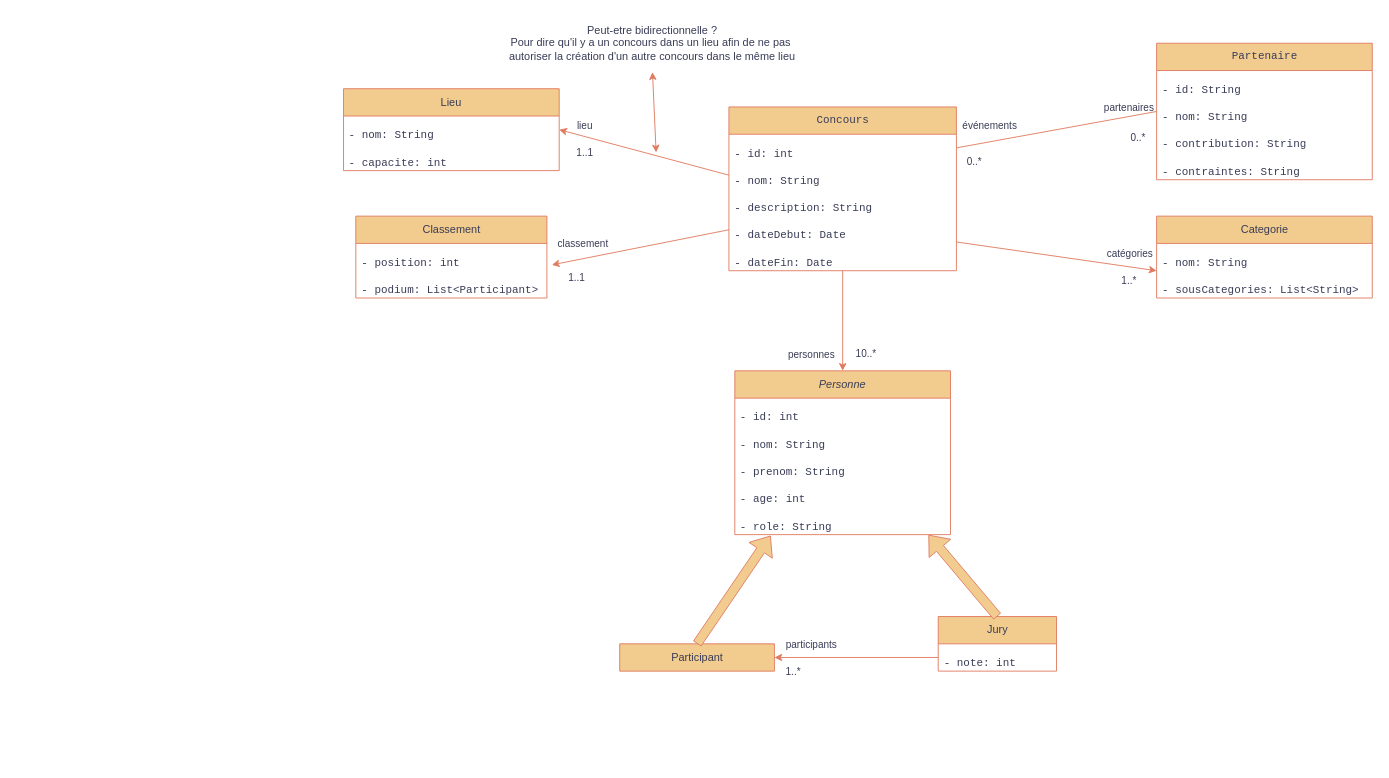
CSliveR/Chief-s-Arena keeps this draw.io diagram as Conception/Diagramme de classe.drawio. Above is the earlier version. Source tidied: cells renumbered, new cells numbered last; positions are measured from the earlier drawing's top-left corner, leaving out a move shared by most shapes. Both pictures are drawn from the tidied source at 91%, with x=0, y=0 at pixel (343, 15).
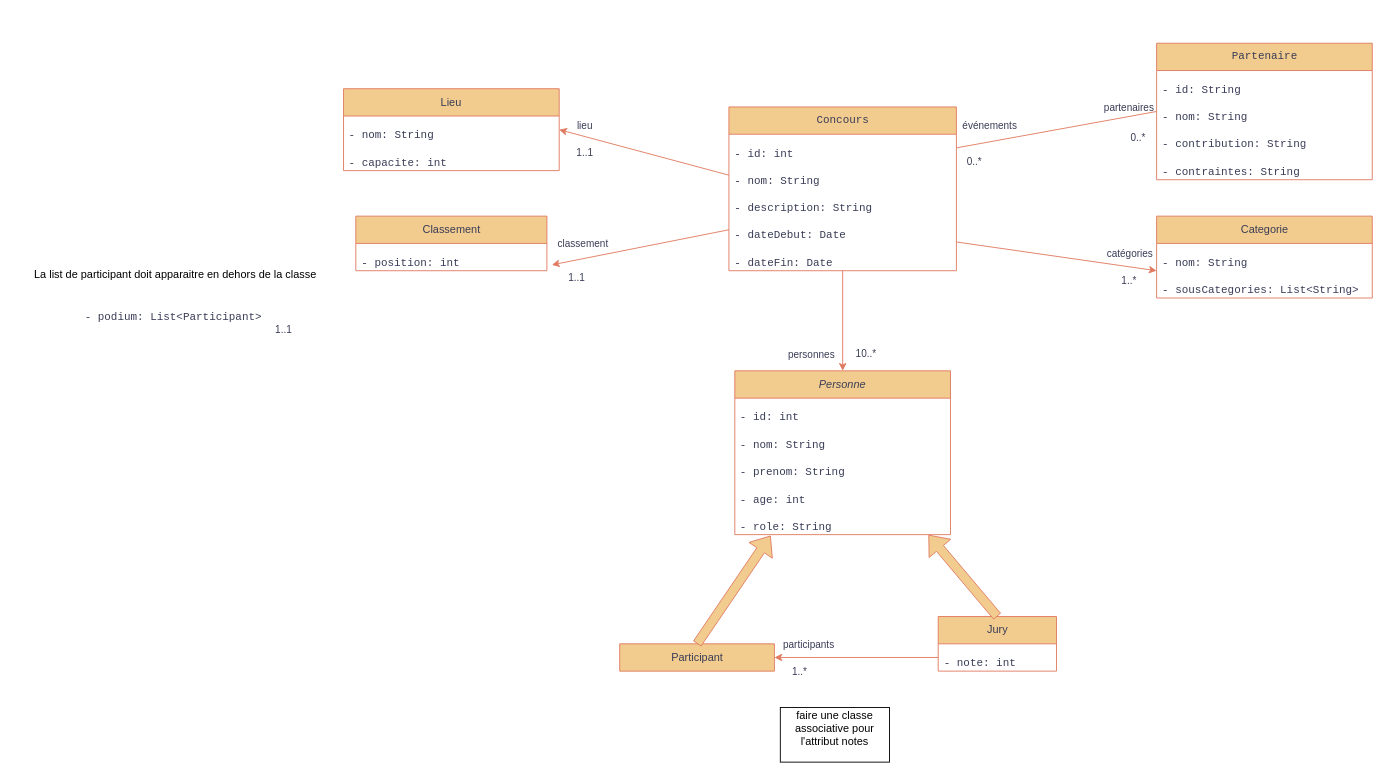
The same diagram, later.

The change refers to these unchanged cells:
```xml
<mxCell id="15" value="&lt;div&gt;&lt;i&gt;Personne&lt;/i&gt;&lt;/div&gt;" style="swimlane;fontStyle=0;horizontal=1;startSize=30;whiteSpace=wrap;html=1;labelBackgroundColor=none;fillColor=#F2CC8F;strokeColor=#E07A5F;fontColor=#393C56;" parent="1" vertex="1">
  <mxGeometry x="430" y="390" width="237" height="180" as="geometry" />
</mxCell>
<mxCell id="48" style="endArrow=classic;html=1;rounded=0;exitX=0;exitY=0.5;exitDx=0;exitDy=0;entryX=1;entryY=0.5;entryDx=0;entryDy=0;labelBackgroundColor=none;strokeColor=#E07A5F;fontColor=default;" parent="1" edge="1" source="25" target="22">
  <mxGeometry relative="1" as="geometry" />
</mxCell>
```

Diff of the diagram source:
```diff
@@
-    <mxCell id="20" value="&lt;pre&gt;&lt;code class=&quot;!whitespace-pre hljs language-plaintext&quot;&gt;- age: int&lt;/code&gt;&lt;/pre&gt;" style="text;strokeColor=none;fillColor=none;align=left;verticalAlign=middle;spacingLeft=4;spacingRight=4;overflow=hidden;whiteSpace=wrap;html=1;labelBackgroundColor=none;fontColor=#393C56;" parent="15" vertex="1">
+    <mxCell id="20" value="&lt;pre&gt;&lt;font face=&quot;Helvetica&quot;&gt;&lt;code class=&quot;!whitespace-pre hljs language-plaintext&quot;&gt;- age: int&lt;/code&gt;&lt;/font&gt;&lt;/pre&gt;" style="text;strokeColor=none;fillColor=none;align=left;verticalAlign=middle;spacingLeft=4;spacingRight=4;overflow=hidden;whiteSpace=wrap;html=1;labelBackgroundColor=none;fontColor=#393C56;" parent="15" vertex="1">
       <mxGeometry y="120" width="237" height="30" as="geometry" />
     </mxCell>
@@
     <mxCell id="27" value="Classement" style="swimlane;fontStyle=0;horizontal=1;startSize=30;whiteSpace=wrap;html=1;labelBackgroundColor=none;fillColor=#F2CC8F;strokeColor=#E07A5F;fontColor=#393C56;" parent="1" vertex="1">
-      <mxGeometry x="13.5" y="220" width="210" height="90" as="geometry" />
+      <mxGeometry x="13.5" y="220" width="210" height="60" as="geometry" />
     </mxCell>
@@
-    <mxCell id="30" value="&lt;pre&gt;&lt;code class=&quot;!whitespace-pre hljs language-plaintext&quot;&gt;- podium: List&amp;lt;Participant&amp;gt;&lt;/code&gt;&lt;/pre&gt;" style="text;strokeColor=none;fillColor=none;align=left;verticalAlign=middle;spacingLeft=4;spacingRight=4;overflow=hidden;whiteSpace=wrap;html=1;labelBackgroundColor=none;fontColor=#393C56;" parent="27" vertex="1">
-      <mxGeometry y="60" width="210" height="30" as="geometry" />
-    </mxCell>
@@
     <mxCell id="49" value="participants" style="edgeLabel;html=1;align=center;verticalAlign=middle;strokeColor=#E07A5F;fontColor=#393C56;fillColor=#F2CC8F;" parent="48" vertex="1">
       <mxGeometry x="0.11" y="-3" relative="1" as="geometry">
-        <mxPoint x="-40" y="-12" as="offset" />
+        <mxPoint x="-43" y="-12" as="offset" />
       </mxGeometry>
     </mxCell>
     <mxCell id="50" value="1..*" style="edgeLabel;html=1;align=center;verticalAlign=middle;strokeColor=#E07A5F;fontColor=#393C56;fillColor=#F2CC8F;" parent="48" vertex="1">
       <mxGeometry x="-0.01" y="1" relative="1" as="geometry">
-        <mxPoint x="-71" y="14" as="offset" />
+        <mxPoint x="-64" y="14" as="offset" />
       </mxGeometry>
     </mxCell>
@@
-    <mxCell id="61" value="Peut-etre bidirectionnelle ?&lt;div&gt;Pour dire qu'il y a un concours dans un lieu&amp;nbsp;&lt;span style=&quot;background-color: initial;&quot;&gt;afin de ne&amp;nbsp;&lt;/span&gt;&lt;span style=&quot;background-color: initial;&quot;&gt;pas&amp;nbsp;&lt;/span&gt;&lt;/div&gt;&lt;div&gt;&lt;span style=&quot;background-color: initial;&quot;&gt;autoriser la&amp;nbsp;&lt;/span&gt;&lt;span style=&quot;background-color: initial;&quot;&gt;création d'&lt;/span&gt;&lt;span style=&quot;background-color: initial;&quot;&gt;un autre concours dans le même lieu&lt;/span&gt;&lt;/div&gt;" style="text;html=1;align=center;verticalAlign=middle;points=[];strokeColor=none;fillColor=none;fontColor=#393C56;" parent="1" vertex="1">
-      <mxGeometry x="168.5" width="340" height="60" as="geometry" />
-    </mxCell>
-    <mxCell id="62" style="endArrow=classic;startArrow=classic;html=1;rounded=0;strokeColor=#E07A5F;fontColor=#393C56;fillColor=#F2CC8F;entryX=0.503;entryY=1.03;entryDx=0;entryDy=0;entryPerimeter=0;" parent="1" edge="1" target="61">
-      <mxGeometry relative="1" as="geometry">
-        <mxPoint x="343.5" y="150" as="sourcePoint" />
-      </mxGeometry>
-    </mxCell>
+    <mxCell id="30" value="&lt;pre&gt;&lt;code class=&quot;!whitespace-pre hljs language-plaintext&quot;&gt;- podium: List&amp;lt;Participant&amp;gt;&lt;/code&gt;&lt;/pre&gt;" style="text;strokeColor=none;fillColor=none;align=left;verticalAlign=middle;spacingLeft=4;spacingRight=4;overflow=hidden;whiteSpace=wrap;html=1;labelBackgroundColor=none;fontColor=#393C56;" parent="1" vertex="1">
+      <mxGeometry x="-290" y="310" width="210" height="30" as="geometry" />
+    </mxCell>
+    <mxCell id="63" value="1..1" style="edgeLabel;html=1;align=center;verticalAlign=middle;strokeColor=#E07A5F;fontColor=#393C56;fillColor=#F2CC8F;" parent="1" vertex="1">
+      <mxGeometry x="-60" y="325" as="geometry">
+        <mxPoint x="-7" y="19" as="offset" />
+      </mxGeometry>
+    </mxCell>
+    <mxCell id="64" value="&lt;div&gt;faire une classe associative pour l'attribut notes&lt;/div&gt;&lt;div&gt;&lt;br&gt;&lt;/div&gt;" style="rounded=0;whiteSpace=wrap;html=1;" parent="1" vertex="1">
+      <mxGeometry x="480" y="760" width="120" height="60" as="geometry" />
+    </mxCell>
+    <mxCell id="65" value="La list de participant doit apparaitre en dehors de la classe" style="text;html=1;align=center;verticalAlign=middle;strokeColor=none;fillColor=none;" parent="1" vertex="1">
+      <mxGeometry x="-360" y="270" width="350" height="30" as="geometry" />
+    </mxCell>
```
